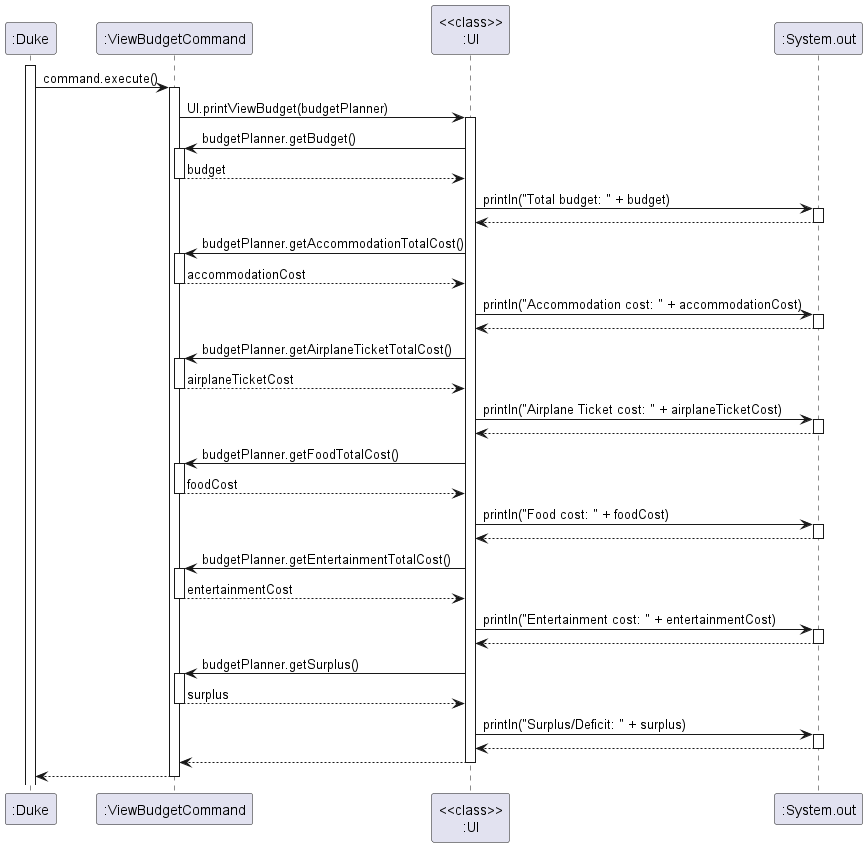
Before: docs/diagrams/budget/ViewBudgetCommand.png, a diagram exported from PlantUML (nus-cs2113-AY2223S2/tp).
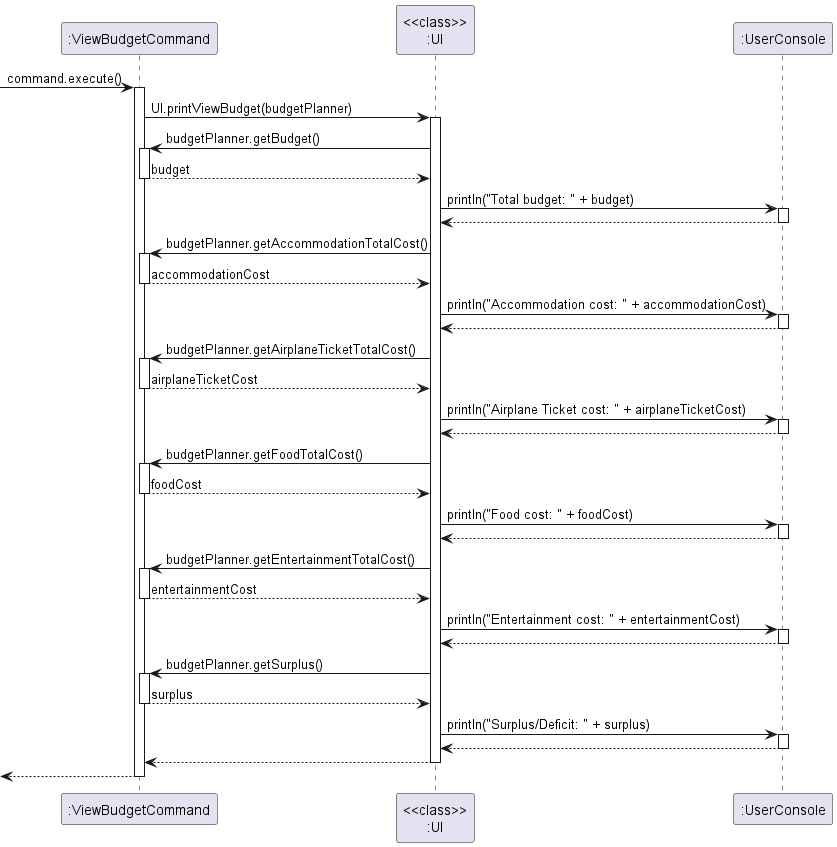
After the change.

Commit message:
Remove Duke from diagrams

Change to the diagram source:
```diff
@@ -1,6 +1,5 @@
 @startuml
-activate ":Duke"
-":Duke" -> ":ViewBudgetCommand" : command.execute()
+-> ":ViewBudgetCommand" : command.execute()
 activate ":ViewBudgetCommand"
 ":ViewBudgetCommand" -> "<<class>>\n:UI" : UI.printViewBudget(budgetPlanner)
 activate "<<class>>\n:UI"
@@ -8,55 +7,55 @@
 activate ":ViewBudgetCommand"
 ":ViewBudgetCommand" --> "<<class>>\n:UI" : budget
 deactivate ":ViewBudgetCommand"
-"<<class>>\n:UI" -> ":System.out" : println("Total budget: " + budget)
-activate ":System.out"
-"<<class>>\n:UI" <-- ":System.out"
-deactivate ":System.out"
+"<<class>>\n:UI" -> ":UserConsole" : println("Total budget: " + budget)
+activate ":UserConsole"
+"<<class>>\n:UI" <-- ":UserConsole"
+deactivate ":UserConsole"
 ":ViewBudgetCommand" <- "<<class>>\n:UI" : budgetPlanner.getAccommodationTotalCost()
 activate ":ViewBudgetCommand"
 ":ViewBudgetCommand" --> "<<class>>\n:UI" : accommodationCost
 deactivate ":ViewBudgetCommand"
-"<<class>>\n:UI" -> ":System.out" : println("Accommodation cost: " + accommodationCost)
-activate ":System.out"
-"<<class>>\n:UI" <-- ":System.out"
-deactivate ":System.out"
+"<<class>>\n:UI" -> ":UserConsole" : println("Accommodation cost: " + accommodationCost)
+activate ":UserConsole"
+"<<class>>\n:UI" <-- ":UserConsole"
+deactivate ":UserConsole"
 ":ViewBudgetCommand" <- "<<class>>\n:UI" : budgetPlanner.getAirplaneTicketTotalCost()
 activate ":ViewBudgetCommand"
 ":ViewBudgetCommand" --> "<<class>>\n:UI" : airplaneTicketCost
 deactivate ":ViewBudgetCommand"
-"<<class>>\n:UI" -> ":System.out" : println("Airplane Ticket cost: " + airplaneTicketCost)
-activate ":System.out"
-"<<class>>\n:UI" <-- ":System.out"
-deactivate ":System.out"
+"<<class>>\n:UI" -> ":UserConsole" : println("Airplane Ticket cost: " + airplaneTicketCost)
+activate ":UserConsole"
+"<<class>>\n:UI" <-- ":UserConsole"
+deactivate ":UserConsole"
 
 ":ViewBudgetCommand" <- "<<class>>\n:UI" : budgetPlanner.getFoodTotalCost()
 activate ":ViewBudgetCommand"
 ":ViewBudgetCommand" --> "<<class>>\n:UI" : foodCost
 deactivate ":ViewBudgetCommand"
-"<<class>>\n:UI" -> ":System.out" : println("Food cost: " + foodCost)
-activate ":System.out"
-"<<class>>\n:UI" <-- ":System.out"
-deactivate ":System.out"
+"<<class>>\n:UI" -> ":UserConsole" : println("Food cost: " + foodCost)
+activate ":UserConsole"
+"<<class>>\n:UI" <-- ":UserConsole"
+deactivate ":UserConsole"
 
 ":ViewBudgetCommand" <- "<<class>>\n:UI" : budgetPlanner.getEntertainmentTotalCost()
 activate ":ViewBudgetCommand"
 ":ViewBudgetCommand" --> "<<class>>\n:UI" : entertainmentCost
 deactivate ":ViewBudgetCommand"
-"<<class>>\n:UI" -> ":System.out" : println("Entertainment cost: " + entertainmentCost)
-activate ":System.out"
-"<<class>>\n:UI" <-- ":System.out"
-deactivate ":System.out"
+"<<class>>\n:UI" -> ":UserConsole" : println("Entertainment cost: " + entertainmentCost)
+activate ":UserConsole"
+"<<class>>\n:UI" <-- ":UserConsole"
+deactivate ":UserConsole"
 
 ":ViewBudgetCommand" <- "<<class>>\n:UI" : budgetPlanner.getSurplus()
 activate ":ViewBudgetCommand"
 ":ViewBudgetCommand" --> "<<class>>\n:UI" : surplus
 deactivate ":ViewBudgetCommand"
-"<<class>>\n:UI" -> ":System.out" : println("Surplus/Deficit: " + surplus)
-activate ":System.out"
-"<<class>>\n:UI" <-- ":System.out"
-deactivate ":System.out"
+"<<class>>\n:UI" -> ":UserConsole" : println("Surplus/Deficit: " + surplus)
+activate ":UserConsole"
+"<<class>>\n:UI" <-- ":UserConsole"
+deactivate ":UserConsole"
 "<<class>>\n:UI" --> ":ViewBudgetCommand"
 deactivate "<<class>>\n:UI"
-":ViewBudgetCommand" --> ":Duke"
+<-- ":ViewBudgetCommand"
 deactivate ":ViewBudgetCommand"
 @enduml
```
